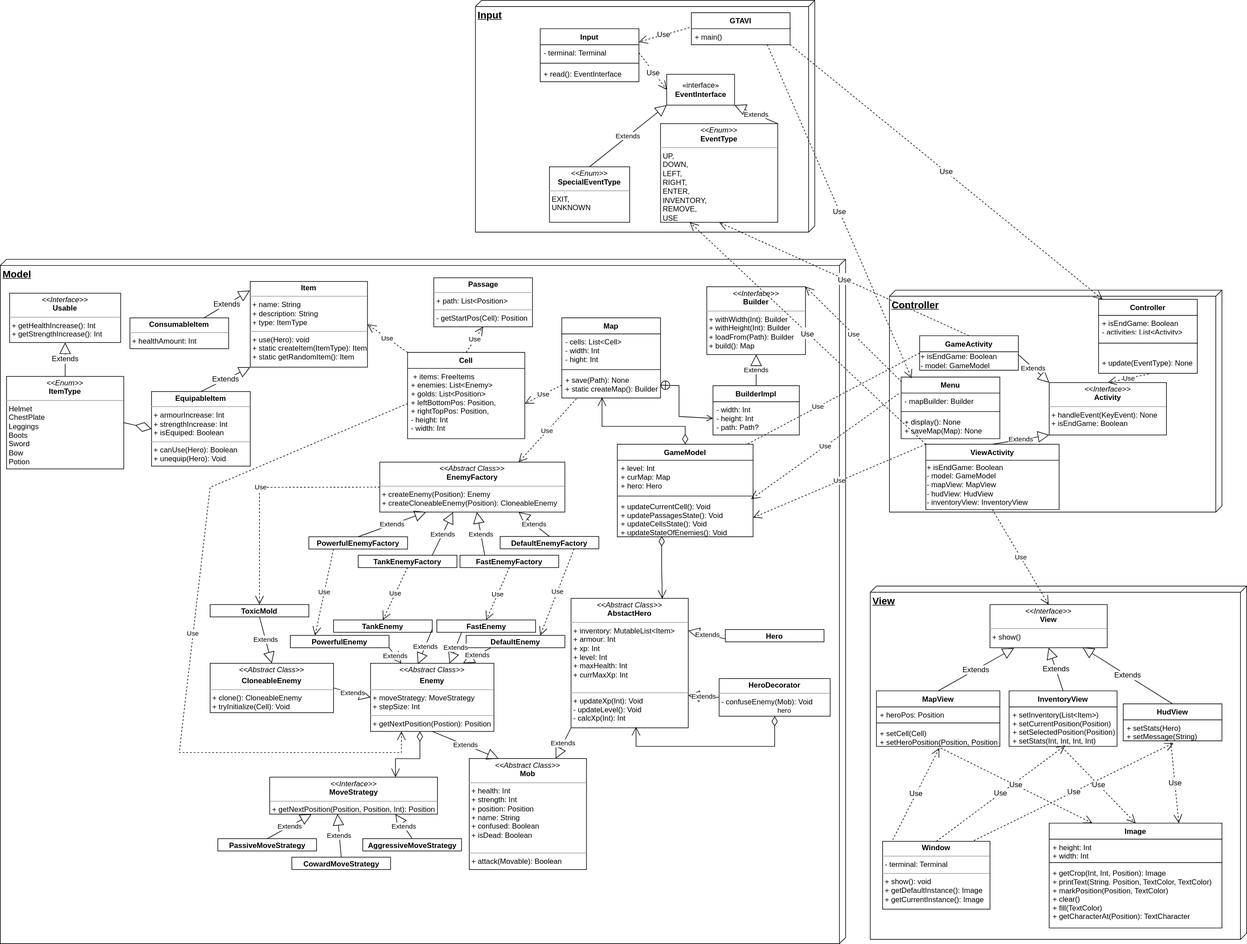
Earlier version of the draw.io export images/architecture_rouge.svg (usoltsev37/hse-homework-sd--roguelike). Source tidied: cells renumbered, new cells last; positions are measured from the earlier drawing's top-left corner, leaving out a move shared by most shapes.
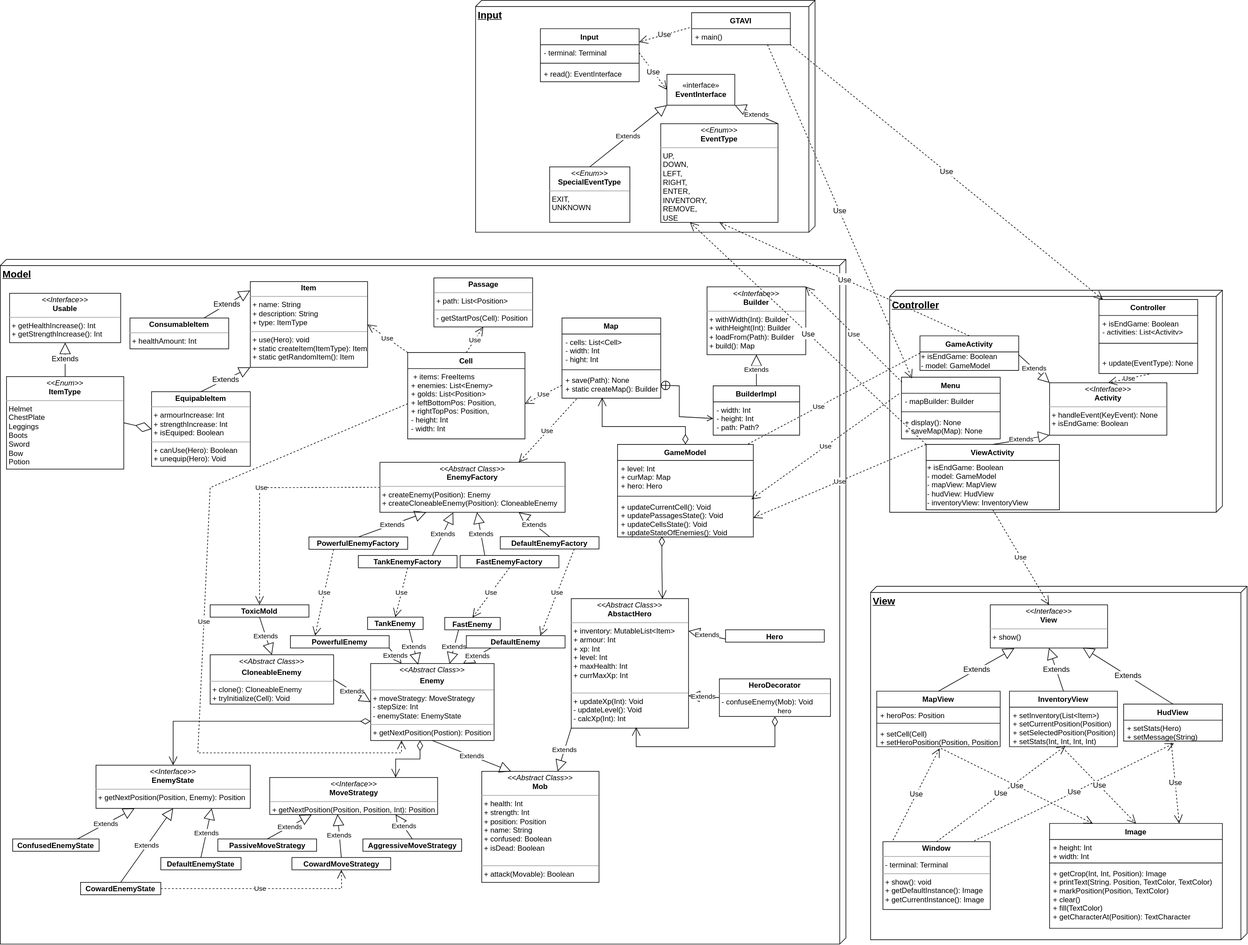
After the change.

Diff of the diagram source:
```diff
@@ -81,7 +81,7 @@
       <mxGeometry relative="1" as="geometry" />
     </mxCell>
     <mxCell id="28" value="&lt;p style=&quot;margin: 0px ; margin-top: 4px ; text-align: center&quot;&gt;&lt;i&gt;&amp;lt;&amp;lt;Abstract Class&amp;gt;&amp;gt;&lt;/i&gt;&lt;br&gt;&lt;b&gt;Mob&lt;/b&gt;&lt;/p&gt;&lt;hr size=&quot;1&quot;&gt;&lt;p style=&quot;margin: 0px ; margin-left: 4px&quot;&gt;+ health: Int&lt;br&gt;+ strength: Int&lt;/p&gt;&lt;p style=&quot;margin: 0px ; margin-left: 4px&quot;&gt;+ position: Position&lt;br&gt;+ name: String&lt;br&gt;+ confused: Boolean&lt;br&gt;+ isDead: Boolean&lt;/p&gt;&lt;br&gt;&lt;hr size=&quot;1&quot;&gt;&lt;p style=&quot;margin: 0px 0px 0px 4px&quot;&gt;&lt;span&gt;+ attack(Movable): Boolean&lt;/span&gt;&lt;br&gt;&lt;/p&gt;" style="verticalAlign=top;align=left;overflow=fill;fontSize=12;fontFamily=Helvetica;html=1;" parent="1" vertex="1">
-      <mxGeometry x="760" y="1229.7" width="190" height="180" as="geometry" />
+      <mxGeometry x="780" y="1250" width="190" height="180" as="geometry" />
     </mxCell>
     <mxCell id="29" value="&lt;p style=&quot;margin: 0px ; margin-top: 4px ; text-align: center&quot;&gt;&lt;b&gt;EquipableItem&lt;/b&gt;&lt;/p&gt;&lt;hr size=&quot;1&quot;&gt;&lt;p style=&quot;margin: 0px ; margin-left: 4px&quot;&gt;+ armourIncrease: Int&lt;/p&gt;&lt;p style=&quot;margin: 0px ; margin-left: 4px&quot;&gt;+ strengthIncrease: Int&lt;/p&gt;&lt;p style=&quot;margin: 0px 0px 0px 4px&quot;&gt;+ isEquiped: Boolean&lt;/p&gt;&lt;hr size=&quot;1&quot;&gt;&lt;p style=&quot;margin: 0px ; margin-left: 4px&quot;&gt;+ canUse(Hero): Boolean&lt;/p&gt;&lt;p style=&quot;margin: 0px ; margin-left: 4px&quot;&gt;&lt;span&gt;+ unequip(Hero): Void&lt;/span&gt;&lt;br&gt;&lt;/p&gt;" style="verticalAlign=top;align=left;overflow=fill;fontSize=12;fontFamily=Helvetica;html=1;strokeWidth=1;" parent="1" vertex="1">
       <mxGeometry x="245" y="634.5" width="160" height="121" as="geometry" />
@@ -302,23 +302,23 @@
     <mxCell id="101" value="&lt;p style=&quot;margin: 0px ; margin-top: 4px ; text-align: center&quot;&gt;&lt;i&gt;&amp;lt;&amp;lt;Interface&amp;gt;&amp;gt;&lt;/i&gt;&lt;br&gt;&lt;b&gt;MoveStrategy&lt;/b&gt;&lt;/p&gt;&lt;hr size=&quot;1&quot;&gt;&lt;p style=&quot;margin: 0px ; margin-left: 4px&quot;&gt;&lt;/p&gt;&lt;p style=&quot;margin: 0px ; margin-left: 4px&quot;&gt;+ getNextPosition(Position, Position, Int): Position&lt;/p&gt;" style="verticalAlign=top;align=left;overflow=fill;fontSize=12;fontFamily=Helvetica;html=1;" parent="1" vertex="1">
       <mxGeometry x="436.5" y="1259.9" width="272" height="60" as="geometry" />
     </mxCell>
-    <mxCell id="102" value="&lt;p style=&quot;margin: 0px ; margin-top: 4px ; text-align: center&quot;&gt;&lt;i&gt;&amp;lt;&amp;lt;Abstract Class&lt;/i&gt;&lt;i&gt;&amp;gt;&amp;gt;&lt;/i&gt;&lt;/p&gt;&lt;p style=&quot;margin: 0px ; margin-top: 4px ; text-align: center&quot;&gt;&lt;b&gt;Enemy&lt;/b&gt;&lt;/p&gt;&lt;hr size=&quot;1&quot;&gt;&lt;p style=&quot;margin: 0px ; margin-left: 4px&quot;&gt;+ moveStrategy: MoveStrategy&lt;br&gt;+ stepSize: Int&lt;/p&gt;&lt;hr size=&quot;1&quot;&gt;&lt;p style=&quot;margin: 0px ; margin-left: 4px&quot;&gt;+ getNextPosition(Postion): Position&lt;br&gt;&lt;/p&gt;" style="verticalAlign=top;align=left;overflow=fill;fontSize=12;fontFamily=Helvetica;html=1;" parent="1" vertex="1">
-      <mxGeometry x="600" y="1075.2" width="200" height="110.5" as="geometry" />
+    <mxCell id="102" value="&lt;p style=&quot;margin: 0px ; margin-top: 4px ; text-align: center&quot;&gt;&lt;i&gt;&amp;lt;&amp;lt;Abstract Class&lt;/i&gt;&lt;i&gt;&amp;gt;&amp;gt;&lt;/i&gt;&lt;/p&gt;&lt;p style=&quot;margin: 0px ; margin-top: 4px ; text-align: center&quot;&gt;&lt;b&gt;Enemy&lt;/b&gt;&lt;/p&gt;&lt;hr size=&quot;1&quot;&gt;&lt;p style=&quot;margin: 0px ; margin-left: 4px&quot;&gt;+ moveStrategy: MoveStrategy&lt;br&gt;- stepSize: Int&lt;/p&gt;&lt;p style=&quot;margin: 0px ; margin-left: 4px&quot;&gt;- enemyState: EnemyState&lt;/p&gt;&lt;hr size=&quot;1&quot;&gt;&lt;p style=&quot;margin: 0px ; margin-left: 4px&quot;&gt;+ getNextPosition(Postion): Position&lt;br&gt;&lt;/p&gt;" style="verticalAlign=top;align=left;overflow=fill;fontSize=12;fontFamily=Helvetica;html=1;" parent="1" vertex="1">
+      <mxGeometry x="600" y="1075.2" width="200" height="124.8" as="geometry" />
     </mxCell>
     <mxCell id="103" value="&lt;p style=&quot;margin: 0px ; margin-top: 4px ; text-align: center&quot;&gt;&lt;b&gt;DefaultEnemy&lt;/b&gt;&lt;/p&gt;&lt;p style=&quot;margin: 0px ; margin-top: 4px ; text-align: center&quot;&gt;&lt;b&gt;&lt;br&gt;&lt;/b&gt;&lt;/p&gt;" style="verticalAlign=top;align=left;overflow=fill;fontSize=12;fontFamily=Helvetica;html=1;" parent="1" vertex="1">
       <mxGeometry x="755" y="1030" width="160" height="20" as="geometry" />
     </mxCell>
     <mxCell id="104" value="&lt;p style=&quot;margin: 0px ; margin-top: 4px ; text-align: center&quot;&gt;&lt;b&gt;FastEnemy&lt;/b&gt;&lt;/p&gt;" style="verticalAlign=top;align=left;overflow=fill;fontSize=12;fontFamily=Helvetica;html=1;" parent="1" vertex="1">
-      <mxGeometry x="707.5" y="1005" width="160" height="20" as="geometry" />
+      <mxGeometry x="720" y="1000.5" width="90" height="20" as="geometry" />
     </mxCell>
     <mxCell id="105" value="&lt;p style=&quot;margin: 0px ; margin-top: 4px ; text-align: center&quot;&gt;&lt;b&gt;Powerful&lt;/b&gt;&lt;b&gt;Enemy&lt;/b&gt;&lt;/p&gt;&lt;p style=&quot;margin: 0px ; margin-top: 4px ; text-align: center&quot;&gt;&lt;b&gt;&lt;br&gt;&lt;/b&gt;&lt;/p&gt;" style="verticalAlign=top;align=left;overflow=fill;fontSize=12;fontFamily=Helvetica;html=1;" parent="1" vertex="1">
       <mxGeometry x="470" y="1030" width="160" height="20" as="geometry" />
     </mxCell>
     <mxCell id="106" value="&lt;p style=&quot;margin: 0px ; margin-top: 4px ; text-align: center&quot;&gt;&lt;b&gt;Tank&lt;/b&gt;&lt;b&gt;Enemy&lt;/b&gt;&lt;/p&gt;&lt;p style=&quot;margin: 0px ; margin-top: 4px ; text-align: center&quot;&gt;&lt;b&gt;&lt;br&gt;&lt;/b&gt;&lt;/p&gt;" style="verticalAlign=top;align=left;overflow=fill;fontSize=12;fontFamily=Helvetica;html=1;" parent="1" vertex="1">
-      <mxGeometry x="540" y="1005" width="160" height="20" as="geometry" />
+      <mxGeometry x="595" y="1000" width="90" height="20" as="geometry" />
     </mxCell>
     <mxCell id="107" value="&lt;p style=&quot;margin: 0px ; margin-top: 4px ; text-align: center&quot;&gt;&lt;i&gt;&amp;lt;&amp;lt;Abstract Class&lt;/i&gt;&lt;i&gt;&amp;gt;&amp;gt;&lt;/i&gt;&lt;/p&gt;&lt;p style=&quot;margin: 0px ; margin-top: 4px ; text-align: center&quot;&gt;&lt;b&gt;CloneableEnemy&lt;/b&gt;&lt;/p&gt;&lt;hr size=&quot;1&quot;&gt;&lt;p style=&quot;margin: 0px ; margin-left: 4px&quot;&gt;+ clone(): CloneableEnemy&lt;br&gt;&lt;/p&gt;&lt;p style=&quot;margin: 0px ; margin-left: 4px&quot;&gt;+ tryInitialize(Cell): Void&lt;/p&gt;" style="verticalAlign=top;align=left;overflow=fill;fontSize=12;fontFamily=Helvetica;html=1;" parent="1" vertex="1">
-      <mxGeometry x="340" y="1075.2" width="200" height="80" as="geometry" />
+      <mxGeometry x="340" y="1061" width="200" height="80" as="geometry" />
     </mxCell>
     <mxCell id="108" value="&lt;p style=&quot;margin: 0px ; margin-top: 4px ; text-align: center&quot;&gt;&lt;b&gt;ToxicMold&lt;/b&gt;&lt;/p&gt;" style="verticalAlign=top;align=left;overflow=fill;fontSize=12;fontFamily=Helvetica;html=1;" parent="1" vertex="1">
       <mxGeometry x="340" y="980" width="160" height="20" as="geometry" />
@@ -374,7 +374,7 @@
     <mxCell id="120" value="Extends" style="endArrow=block;endSize=16;endFill=0;html=1;rounded=0;entryX=0.75;entryY=1;entryDx=0;entryDy=0;exitX=0.5;exitY=0;exitDx=0;exitDy=0;" parent="1" edge="1" source="87" target="101">
       <mxGeometry relative="1" as="geometry" />
     </mxCell>
-    <mxCell id="121" value="Extends" style="endArrow=block;endSize=16;endFill=0;html=1;rounded=0;entryX=0.384;entryY=0.013;entryDx=0;entryDy=0;exitX=1;exitY=0.75;exitDx=0;exitDy=0;entryPerimeter=0;" parent="1" edge="1" source="106" target="102">
+    <mxCell id="121" value="Extends" style="endArrow=block;endSize=16;endFill=0;html=1;rounded=0;entryX=0.384;entryY=0.013;entryDx=0;entryDy=0;exitX=0.75;exitY=1;exitDx=0;exitDy=0;entryPerimeter=0;" parent="1" edge="1" source="106" target="102">
       <mxGeometry relative="1" as="geometry" />
     </mxCell>
     <mxCell id="122" value="Extends" style="endArrow=block;endSize=16;endFill=0;html=1;rounded=0;entryX=0.25;entryY=0;entryDx=0;entryDy=0;exitX=1;exitY=1;exitDx=0;exitDy=0;" parent="1" edge="1" source="105" target="102">
@@ -450,10 +450,41 @@
       <mxGeometry relative="1" as="geometry">
         <Array as="points">
           <mxPoint x="340" y="790" />
-          <mxPoint x="290" y="1220" />
+          <mxPoint x="320" y="1220" />
           <mxPoint x="650" y="1220" />
         </Array>
       </mxGeometry>
     </mxCell>
+    <mxCell id="143" value="&lt;p style=&quot;margin: 0px ; margin-top: 4px ; text-align: center&quot;&gt;&lt;i&gt;&amp;lt;&amp;lt;Interface&amp;gt;&amp;gt;&lt;/i&gt;&lt;br&gt;&lt;b&gt;EnemyState&lt;/b&gt;&lt;/p&gt;&lt;hr size=&quot;1&quot;&gt;&lt;p style=&quot;margin: 0px ; margin-left: 4px&quot;&gt;&lt;/p&gt;&lt;p style=&quot;margin: 0px ; margin-left: 4px&quot;&gt;+ getNextPosition(Position, Enemy): Position&lt;/p&gt;" style="verticalAlign=top;align=left;overflow=fill;fontSize=12;fontFamily=Helvetica;html=1;" parent="1" vertex="1">
+      <mxGeometry x="155" y="1240" width="250" height="70" as="geometry" />
+    </mxCell>
+    <mxCell id="144" value="&lt;p style=&quot;margin: 0px ; margin-top: 4px ; text-align: center&quot;&gt;&lt;b&gt;CowardEnemyState&lt;/b&gt;&lt;/p&gt;" style="verticalAlign=top;align=left;overflow=fill;fontSize=12;fontFamily=Helvetica;html=1;" parent="1" vertex="1">
+      <mxGeometry x="130" y="1430" width="130" height="20" as="geometry" />
+    </mxCell>
+    <mxCell id="145" value="&lt;p style=&quot;margin: 0px ; margin-top: 4px ; text-align: center&quot;&gt;&lt;b&gt;ConfusedEnemyState&lt;/b&gt;&lt;/p&gt;" style="verticalAlign=top;align=left;overflow=fill;fontSize=12;fontFamily=Helvetica;html=1;" parent="1" vertex="1">
+      <mxGeometry x="20" y="1359.6" width="140" height="20" as="geometry" />
+    </mxCell>
+    <mxCell id="146" value="&lt;p style=&quot;margin: 0px ; margin-top: 4px ; text-align: center&quot;&gt;&lt;b&gt;Default&lt;/b&gt;&lt;b&gt;EnemyState&lt;/b&gt;&lt;/p&gt;" style="verticalAlign=top;align=left;overflow=fill;fontSize=12;fontFamily=Helvetica;html=1;" parent="1" vertex="1">
+      <mxGeometry x="260" y="1389.7" width="130" height="20" as="geometry" />
+    </mxCell>
+    <mxCell id="147" value="Extends" style="endArrow=block;endSize=16;endFill=0;html=1;rounded=0;entryX=0.25;entryY=1;entryDx=0;entryDy=0;exitX=0.75;exitY=0;exitDx=0;exitDy=0;" parent="1" edge="1" source="145" target="143">
+      <mxGeometry relative="1" as="geometry" />
+    </mxCell>
+    <mxCell id="148" value="Extends" style="endArrow=block;endSize=16;endFill=0;html=1;rounded=0;entryX=0.5;entryY=1;entryDx=0;entryDy=0;exitX=0.5;exitY=0;exitDx=0;exitDy=0;" parent="1" edge="1" source="144" target="143">
+      <mxGeometry relative="1" as="geometry" />
+    </mxCell>
+    <mxCell id="149" value="Extends" style="endArrow=block;endSize=16;endFill=0;html=1;rounded=0;entryX=0.75;entryY=1;entryDx=0;entryDy=0;exitX=0.5;exitY=0;exitDx=0;exitDy=0;" parent="1" edge="1" source="146" target="143">
+      <mxGeometry relative="1" as="geometry" />
+    </mxCell>
+    <mxCell id="150" value="Use" style="endArrow=open;endSize=12;dashed=1;html=1;rounded=0;entryX=0.5;entryY=1;entryDx=0;entryDy=0;" parent="1" edge="1" source="144" target="86">
+      <mxGeometry relative="1" as="geometry">
+        <Array as="points">
+          <mxPoint x="553" y="1440" />
+        </Array>
+      </mxGeometry>
+    </mxCell>
+    <mxCell id="151" style="endArrow=open;html=1;endSize=12;startArrow=diamondThin;startSize=14;startFill=0;edgeStyle=orthogonalEdgeStyle;align=left;verticalAlign=bottom;rounded=0;exitX=0;exitY=0.75;exitDx=0;exitDy=0;entryX=0.5;entryY=0;entryDx=0;entryDy=0;" parent="1" edge="1" source="102" target="143">
+      <mxGeometry x="-1" y="3" relative="1" as="geometry" />
+    </mxCell>
   </root>
 </mxGraphModel>
```
